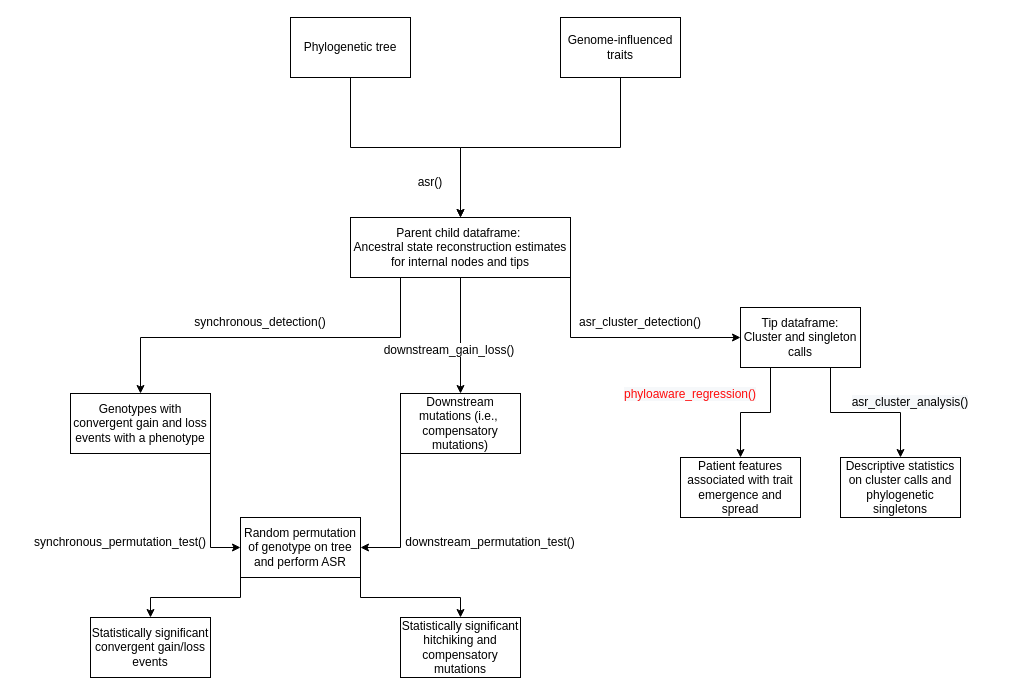
Before: design_documents/Phylosuite.drawio in kylegontjes/phyloAMR, a draw.io diagram. Source tidied: cells renumbered, new cells numbered last; positions are measured from the earlier drawing's top-left corner, leaving out a move shared by most shapes. Both pictures are drawn from the tidied source at 100%, with x=0, y=0 at pixel (70, 17).
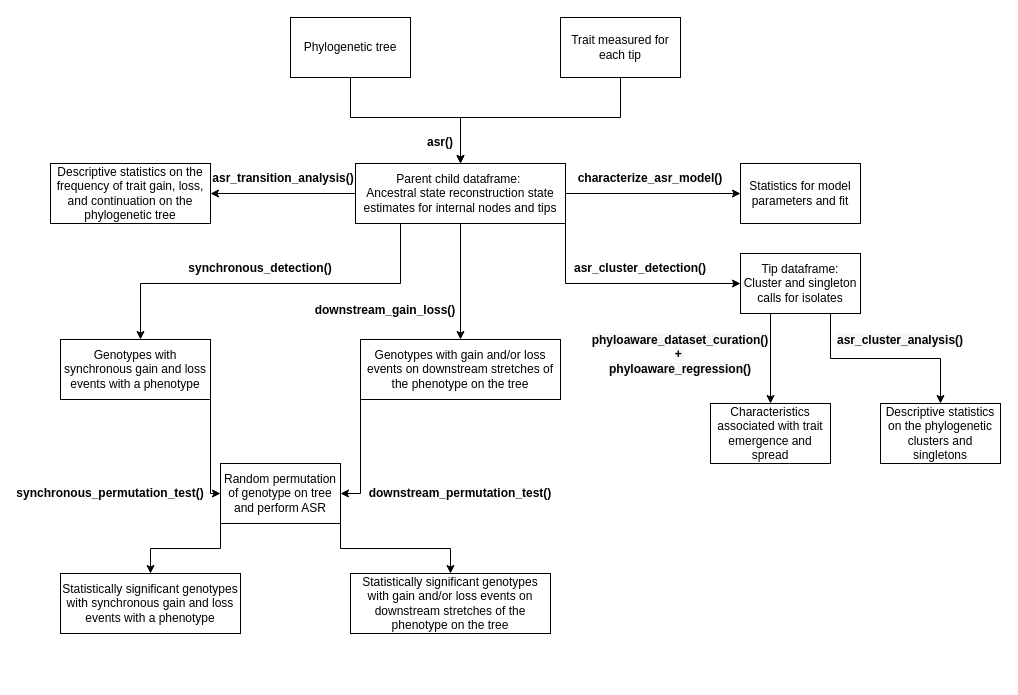
The same diagram, later.

Unchanged cells that the change refers to:
```xml
<mxCell id="3" value="Phylogenetic tree" style="rounded=0;whiteSpace=wrap;html=1;" parent="1" vertex="1">
  <mxGeometry x="220" width="120" height="60" as="geometry" />
</mxCell>
```

Change to the diagram source:
```diff
@@
     <mxCell id="2" style="edgeStyle=orthogonalEdgeStyle;rounded=0;jettySize=auto;html=1;exitX=0.5;exitY=1;exitDx=0;exitDy=0;" parent="1" edge="1" source="3" target="7">
-      <mxGeometry relative="1" as="geometry" />
+      <mxGeometry relative="1" as="geometry">
+        <Array as="points">
+          <mxPoint x="280" y="100" />
+          <mxPoint x="390" y="100" />
+        </Array>
+      </mxGeometry>
     </mxCell>
@@
     <mxCell id="5" style="edgeStyle=orthogonalEdgeStyle;rounded=0;jettySize=auto;html=1;exitX=0;exitY=1;exitDx=0;exitDy=0;" parent="1" edge="1" source="7" target="12">
       <mxGeometry relative="1" as="geometry">
         <Array as="points">
-          <mxPoint x="330" y="320" />
-          <mxPoint x="70" y="320" />
+          <mxPoint x="330" y="266" />
+          <mxPoint x="70" y="266" />
         </Array>
       </mxGeometry>
     </mxCell>
@@
+    <mxCell id="32" style="edgeStyle=orthogonalEdgeStyle;rounded=0;jettySize=auto;html=1;" parent="1" edge="1" source="7" target="34">
+      <mxGeometry relative="1" as="geometry" />
+    </mxCell>
+    <mxCell id="33" style="edgeStyle=orthogonalEdgeStyle;rounded=0;jettySize=auto;html=1;" parent="1" edge="1" source="7" target="36">
+      <mxGeometry relative="1" as="geometry" />
+    </mxCell>
-    <mxCell id="7" value="Parent child dataframe:&amp;nbsp;&lt;div&gt;Ancestral state reconstruction estimates for internal nodes and tips&lt;/div&gt;" style="rounded=0;whiteSpace=wrap;html=1;" parent="1" vertex="1">
-      <mxGeometry x="280" y="200" width="220" height="60" as="geometry" />
+    <mxCell id="7" value="Parent child dataframe:&amp;nbsp;&lt;div&gt;Ancestral state reconstruction state estimates for internal nodes and tips&lt;/div&gt;" style="rounded=0;whiteSpace=wrap;html=1;" parent="1" vertex="1">
+      <mxGeometry x="285" y="146" width="210" height="60" as="geometry" />
     </mxCell>
-    <mxCell id="8" value="asr()" style="text;strokeColor=none;align=center;fillColor=none;html=1;verticalAlign=middle;whiteSpace=wrap;rounded=0;" parent="1" vertex="1">
-      <mxGeometry x="330" y="150" width="60" height="30" as="geometry" />
+    <mxCell id="8" value="asr()" style="text;strokeColor=none;align=center;fillColor=none;html=1;verticalAlign=middle;whiteSpace=wrap;rounded=0;fontStyle=1;" parent="1" vertex="1">
+      <mxGeometry x="340" y="110" width="60" height="30" as="geometry" />
     </mxCell>
-    <mxCell id="9" value="Descriptive statistics on cluster calls and phylogenetic singletons" style="rounded=0;whiteSpace=wrap;html=1;" parent="1" vertex="1">
-      <mxGeometry x="770" y="440" width="120" height="60" as="geometry" />
+    <mxCell id="9" value="Descriptive statistics on the phylogenetic clusters and singletons" style="rounded=0;whiteSpace=wrap;html=1;" parent="1" vertex="1">
+      <mxGeometry x="810" y="386" width="120" height="60" as="geometry" />
     </mxCell>
-    <mxCell id="10" value="asr_cluster_detection()" style="text;strokeColor=none;align=center;fillColor=none;html=1;verticalAlign=middle;whiteSpace=wrap;rounded=0;" parent="1" vertex="1">
-      <mxGeometry x="540" y="290" width="60" height="30" as="geometry" />
+    <mxCell id="10" value="asr_cluster_detection()" style="text;strokeColor=none;align=center;fillColor=none;html=1;verticalAlign=middle;whiteSpace=wrap;rounded=0;fontStyle=1;" parent="1" vertex="1">
+      <mxGeometry x="540" y="236" width="60" height="30" as="geometry" />
     </mxCell>
     <mxCell id="11" style="edgeStyle=orthogonalEdgeStyle;rounded=0;jettySize=auto;html=1;exitX=1;exitY=1;exitDx=0;exitDy=0;entryX=0;entryY=0.5;entryDx=0;entryDy=0;" parent="1" edge="1" source="12" target="27">
       <mxGeometry relative="1" as="geometry">
         <Array as="points">
-          <mxPoint x="140" y="530" />
+          <mxPoint x="140" y="476" />
         </Array>
       </mxGeometry>
     </mxCell>
-    <mxCell id="12" value="Genotypes with convergent gain and loss events with a phenotype" style="rounded=0;whiteSpace=wrap;html=1;textDirection=ltr;horizontal=1;verticalAlign=middle;" parent="1" vertex="1">
-      <mxGeometry y="376" width="140" height="60" as="geometry" />
+    <mxCell id="12" value="Genotypes with synchronous gain and loss events with a phenotype" style="rounded=0;whiteSpace=wrap;html=1;textDirection=ltr;horizontal=1;verticalAlign=middle;" parent="1" vertex="1">
+      <mxGeometry x="-10" y="322" width="150" height="60" as="geometry" />
     </mxCell>
-    <mxCell id="13" value="&lt;span style=&quot;text-align: start; background-color: rgb(255, 255, 255);&quot;&gt;&lt;font style=&quot;color: rgb(0, 0, 0);&quot; face=&quot;Helvetica&quot;&gt;synchronous_detection()&lt;/font&gt;&lt;/span&gt;" style="text;strokeColor=none;align=center;fillColor=none;html=1;verticalAlign=middle;whiteSpace=wrap;rounded=0;fontColor=#FF0000;" parent="1" vertex="1">
-      <mxGeometry x="160" y="290" width="60" height="30" as="geometry" />
+    <mxCell id="13" value="&lt;span style=&quot;text-align: start; background-color: rgb(255, 255, 255);&quot;&gt;&lt;font face=&quot;Helvetica&quot; style=&quot;color: rgb(0, 0, 0);&quot;&gt;synchronous_detection()&lt;/font&gt;&lt;/span&gt;" style="text;strokeColor=none;align=center;fillColor=none;html=1;verticalAlign=middle;whiteSpace=wrap;rounded=0;fontColor=#FF0000;fontStyle=1;" parent="1" vertex="1">
+      <mxGeometry x="160" y="236" width="60" height="30" as="geometry" />
     </mxCell>
-    <mxCell id="14" value="Patient features associated with trait emergence and spread" style="rounded=0;whiteSpace=wrap;html=1;" parent="1" vertex="1">
-      <mxGeometry x="610" y="440" width="120" height="60" as="geometry" />
+    <mxCell id="14" value="Characteristics associated with trait emergence and spread" style="rounded=0;whiteSpace=wrap;html=1;" parent="1" vertex="1">
+      <mxGeometry x="640" y="386" width="120" height="60" as="geometry" />
     </mxCell>
-    <mxCell id="15" value="&lt;span style=&quot;text-align: start; background-color: rgb(246, 248, 250);&quot;&gt;&lt;font style=&quot;&quot; face=&quot;Helvetica&quot;&gt;phyloaware_regression()&lt;/font&gt;&lt;/span&gt;" style="text;strokeColor=none;align=center;fillColor=none;html=1;verticalAlign=middle;whiteSpace=wrap;rounded=0;fontColor=#FF0C0C;" parent="1" vertex="1">
-      <mxGeometry x="590" y="362" width="60" height="30" as="geometry" />
+    <mxCell id="15" value="&lt;div&gt;&lt;span style=&quot;text-align: start; background-color: rgb(246, 248, 250);&quot;&gt;&lt;font face=&quot;Helvetica&quot; style=&quot;color: rgb(0, 0, 0);&quot;&gt;phyloaware_dataset_curation()&lt;/font&gt;&lt;/span&gt;&lt;/div&gt;&lt;div&gt;&lt;span style=&quot;text-align: start; background-color: rgb(246, 248, 250);&quot;&gt;&lt;font face=&quot;Helvetica&quot; style=&quot;color: rgb(0, 0, 0);&quot;&gt;+&amp;nbsp;&lt;/font&gt;&lt;/span&gt;&lt;/div&gt;&lt;span style=&quot;text-align: start; background-color: rgb(246, 248, 250);&quot;&gt;&lt;font face=&quot;Helvetica&quot; style=&quot;color: rgb(0, 0, 0);&quot;&gt;phyloaware_regression()&lt;/font&gt;&lt;/span&gt;" style="text;strokeColor=none;align=center;fillColor=none;html=1;verticalAlign=middle;whiteSpace=wrap;rounded=0;fontColor=#FF0C0C;fontStyle=1;" parent="1" vertex="1">
+      <mxGeometry x="580" y="322" width="60" height="30" as="geometry" />
     </mxCell>
@@
-    <mxCell id="17" value="Downstream mutations (i.e.,&amp;nbsp; compensatory mutations)" style="whiteSpace=wrap;html=1;" parent="1" vertex="1">
-      <mxGeometry x="330" y="376" width="120" height="60" as="geometry" />
+    <mxCell id="17" value="Genotypes with gain and/or loss events on downstream stretches of the phenotype on the tree" style="whiteSpace=wrap;html=1;" parent="1" vertex="1">
+      <mxGeometry x="290" y="322" width="200" height="60" as="geometry" />
     </mxCell>
-    <mxCell id="18" value="&lt;div style=&quot;text-align: start;&quot;&gt;&lt;font style=&quot;background-color: light-dark(rgb(255, 255, 255), rgb(255, 138, 138)); color: rgb(0, 0, 0);&quot;&gt;downstream_gain_loss()&lt;/font&gt;&lt;/div&gt;" style="text;strokeColor=none;align=center;fillColor=none;html=1;verticalAlign=middle;whiteSpace=wrap;rounded=0;fontColor=#FF0C0C;" parent="1" vertex="1">
-      <mxGeometry x="349" y="318" width="60" height="30" as="geometry" />
+    <mxCell id="18" value="&lt;div style=&quot;text-align: start;&quot;&gt;&lt;font style=&quot;background-color: light-dark(rgb(255, 255, 255), rgb(255, 138, 138)); color: rgb(0, 0, 0);&quot;&gt;downstream_gain_loss()&lt;/font&gt;&lt;/div&gt;" style="text;strokeColor=none;align=center;fillColor=none;html=1;verticalAlign=middle;whiteSpace=wrap;rounded=0;fontColor=#FF0C0C;fontStyle=1;" parent="1" vertex="1">
+      <mxGeometry x="285" y="278" width="60" height="30" as="geometry" />
     </mxCell>
     <mxCell id="19" style="edgeStyle=orthogonalEdgeStyle;rounded=0;jettySize=auto;html=1;exitX=0.5;exitY=1;exitDx=0;exitDy=0;entryX=0.5;entryY=0;entryDx=0;entryDy=0;" parent="1" edge="1" source="20" target="7">
-      <mxGeometry relative="1" as="geometry" />
+      <mxGeometry relative="1" as="geometry">
+        <Array as="points">
+          <mxPoint x="550" y="100" />
+          <mxPoint x="390" y="100" />
+        </Array>
+      </mxGeometry>
     </mxCell>
-    <mxCell id="20" value="Genome-influenced traits" style="rounded=0;whiteSpace=wrap;html=1;" parent="1" vertex="1">
+    <mxCell id="20" value="Trait measured for each tip" style="rounded=0;whiteSpace=wrap;html=1;" parent="1" vertex="1">
       <mxGeometry x="490" width="120" height="60" as="geometry" />
     </mxCell>
-    <mxCell id="21" value="Statistically significant convergent gain/loss events" style="rounded=0;whiteSpace=wrap;html=1;" parent="1" vertex="1">
-      <mxGeometry x="20" y="600" width="120" height="60" as="geometry" />
+    <mxCell id="21" value="Statistically significant genotypes with synchronous gain and loss events with a phenotype" style="rounded=0;whiteSpace=wrap;html=1;" parent="1" vertex="1">
+      <mxGeometry x="-10" y="556" width="180" height="60" as="geometry" />
     </mxCell>
-    <mxCell id="22" value="Statistically significant hitchiking and compensatory mutations" style="rounded=0;whiteSpace=wrap;html=1;" parent="1" vertex="1">
-      <mxGeometry x="330" y="600" width="120" height="60" as="geometry" />
+    <mxCell id="22" value="Statistically significant genotypes with gain and/or loss events on downstream stretches of the phenotype on the tree" style="rounded=0;whiteSpace=wrap;html=1;" parent="1" vertex="1">
+      <mxGeometry x="280" y="556" width="200" height="60" as="geometry" />
     </mxCell>
-    <mxCell id="23" value="&lt;span&gt;&lt;font style=&quot;color: rgb(0, 0, 0);&quot;&gt;synchronous_permutation_test()&lt;/font&gt;&lt;/span&gt;" style="text;strokeColor=none;align=center;fillColor=none;html=1;verticalAlign=middle;whiteSpace=wrap;rounded=0;" parent="1" vertex="1">
-      <mxGeometry x="20" y="510" width="60" height="30" as="geometry" />
+    <mxCell id="23" value="&lt;span&gt;&lt;font style=&quot;color: rgb(0, 0, 0);&quot;&gt;synchronous_permutation_test()&lt;/font&gt;&lt;/span&gt;" style="text;strokeColor=none;align=center;fillColor=none;html=1;verticalAlign=middle;whiteSpace=wrap;rounded=0;fontStyle=1;" parent="1" vertex="1">
+      <mxGeometry x="10" y="461" width="60" height="30" as="geometry" />
     </mxCell>
-    <mxCell id="24" value="&lt;span&gt;&lt;font style=&quot;color: rgb(0, 0, 0);&quot;&gt;downstream_permutation_test()&lt;/font&gt;&lt;/span&gt;" style="text;strokeColor=none;align=center;fillColor=none;html=1;verticalAlign=middle;whiteSpace=wrap;rounded=0;" parent="1" vertex="1">
-      <mxGeometry x="390" y="510" width="60" height="30" as="geometry" />
+    <mxCell id="24" value="&lt;span&gt;&lt;font style=&quot;color: rgb(0, 0, 0);&quot;&gt;downstream_permutation_test()&lt;/font&gt;&lt;/span&gt;" style="text;strokeColor=none;align=center;fillColor=none;html=1;verticalAlign=middle;whiteSpace=wrap;rounded=0;fontStyle=1;" parent="1" vertex="1">
+      <mxGeometry x="360" y="461" width="60" height="30" as="geometry" />
     </mxCell>
@@
     <mxCell id="27" value="Random permutation of genotype on tree and perform ASR" style="rounded=0;whiteSpace=wrap;html=1;" parent="1" vertex="1">
-      <mxGeometry x="170" y="500" width="120" height="60" as="geometry" />
+      <mxGeometry x="150" y="446" width="120" height="60" as="geometry" />
     </mxCell>
@@
-    <mxCell id="30" value="Tip dataframe: Cluster and singleton calls" style="rounded=0;whiteSpace=wrap;html=1;" parent="1" vertex="1">
-      <mxGeometry x="670" y="290" width="120" height="60" as="geometry" />
+    <mxCell id="30" value="Tip dataframe: Cluster and singleton calls for isolates" style="rounded=0;whiteSpace=wrap;html=1;" parent="1" vertex="1">
+      <mxGeometry x="670" y="236" width="120" height="60" as="geometry" />
     </mxCell>
-    <mxCell id="31" value="&lt;span style=&quot;text-align: start; background-color: rgb(246, 248, 250);&quot;&gt;&lt;font style=&quot;color: rgb(0, 0, 0);&quot; face=&quot;Helvetica&quot;&gt;asr_cluster_analysis()&lt;/font&gt;&lt;/span&gt;" style="text;strokeColor=none;align=center;fillColor=none;html=1;verticalAlign=middle;whiteSpace=wrap;rounded=0;fontColor=#FF0C0C;" parent="1" vertex="1">
-      <mxGeometry x="810" y="370" width="60" height="30" as="geometry" />
+    <mxCell id="31" value="&lt;span style=&quot;text-align: start; background-color: rgb(246, 248, 250);&quot;&gt;&lt;font face=&quot;Helvetica&quot; style=&quot;color: rgb(0, 0, 0);&quot;&gt;asr_cluster_analysis()&lt;/font&gt;&lt;/span&gt;" style="text;strokeColor=none;align=center;fillColor=none;html=1;verticalAlign=middle;whiteSpace=wrap;rounded=0;fontColor=#FF0C0C;fontStyle=1;" parent="1" vertex="1">
+      <mxGeometry x="800" y="308" width="60" height="30" as="geometry" />
     </mxCell>
+    <mxCell id="34" value="Descriptive statistics on the frequency of trait gain, loss, and continuation on the phylogenetic tree" style="whiteSpace=wrap;html=1;rounded=0;" parent="1" vertex="1">
+      <mxGeometry x="-20" y="146" width="160" height="60" as="geometry" />
+    </mxCell>
+    <mxCell id="35" value="asr_transition_analysis()" style="text;strokeColor=none;align=center;fillColor=none;html=1;verticalAlign=middle;whiteSpace=wrap;rounded=0;fontStyle=1;" parent="1" vertex="1">
+      <mxGeometry x="183" y="146" width="60" height="30" as="geometry" />
+    </mxCell>
+    <mxCell id="36" value="Statistics for model parameters and fit" style="whiteSpace=wrap;html=1;rounded=0;" parent="1" vertex="1">
+      <mxGeometry x="670" y="146" width="120" height="60" as="geometry" />
+    </mxCell>
+    <mxCell id="37" value="characterize_asr_model()" style="text;strokeColor=none;align=center;fillColor=none;html=1;verticalAlign=middle;whiteSpace=wrap;rounded=0;fontStyle=1;" parent="1" vertex="1">
+      <mxGeometry x="550" y="146" width="60" height="30" as="geometry" />
+    </mxCell>
```
